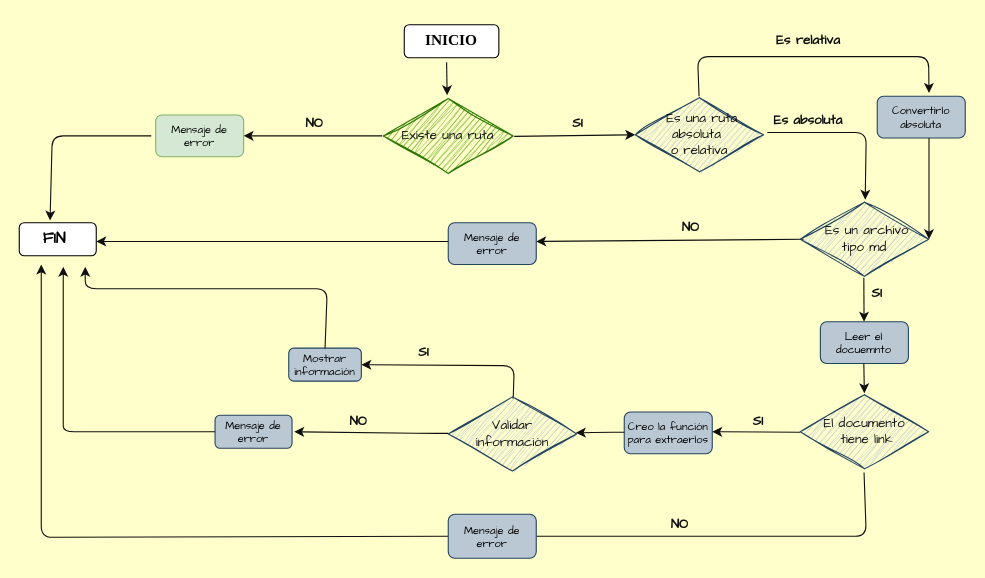
Before: diagram.drawio in ErikaSuesca/DEV002-md-links, a draw.io diagram. Source tidied: cells renumbered, new cells numbered last; positions are measured from the earlier drawing's top-left corner, leaving out a move shared by most shapes. Both pictures are drawn from the tidied source at 110%, with x=0, y=0 at pixel (19, 24).
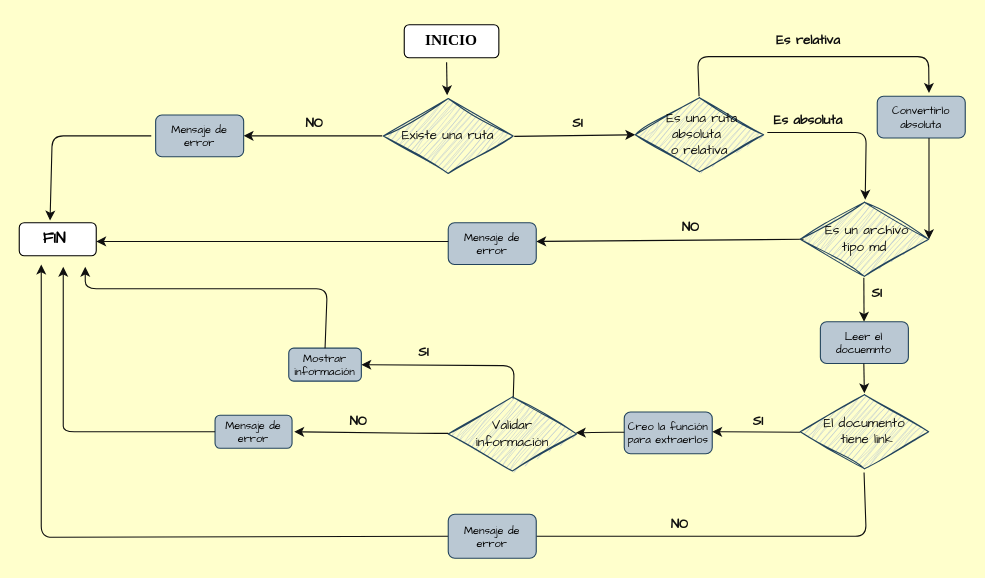
Above is the later version.

What changed in the source:
```diff
@@
-    <mxCell id="9" value="Mensaje de error" style="rounded=1;whiteSpace=wrap;html=1;fontFamily=Comic Sans MS;fontSize=10;align=center;fillColor=#d5e8d4;strokeColor=#82b366;fontColor=#000000;" parent="1" vertex="1">
+    <mxCell id="9" value="&lt;font color=&quot;#000000&quot;&gt;Mensaje de error&lt;/font&gt;" style="rounded=1;whiteSpace=wrap;html=1;fontFamily=Comic Sans MS;fontSize=10;align=center;fillColor=#bac8d3;strokeColor=#23445d;" parent="1" vertex="1">
       <mxGeometry x="124" y="82" width="80" height="38" as="geometry" />
     </mxCell>
@@
-    <mxCell id="29" value="&lt;div style=&quot;&quot;&gt;&lt;font color=&quot;#0f0f0f&quot;&gt;&lt;br&gt;&lt;/font&gt;&lt;/div&gt;&lt;span style=&quot;border-color: rgb(0, 0, 0); font-family: &amp;quot;Comic Sans MS&amp;quot;; font-size: 12px; font-style: normal; font-variant-ligatures: normal; font-variant-caps: normal; letter-spacing: normal; orphans: 2; text-indent: 0px; text-transform: none; widows: 2; word-spacing: 0px; -webkit-text-stroke-width: 0px; background-color: rgb(42, 37, 47); text-decoration-thickness: initial; text-decoration-style: initial; text-decoration-color: initial;&quot;&gt;&lt;div style=&quot;&quot;&gt;&lt;font color=&quot;#0f0f0f&quot;&gt;Existe una ruta&lt;/font&gt;&lt;/div&gt;&lt;/span&gt;&lt;div style=&quot;&quot;&gt;&lt;br&gt;&lt;/div&gt;" style="html=1;whiteSpace=wrap;shape=isoRectangle;sketch=1;hachureGap=4;jiggle=2;curveFitting=1;fontFamily=Comic Sans MS;fontSize=12;align=center;fillColor=#60a917;strokeColor=#2D7600;fontColor=#ffffff;" parent="1" vertex="1">
+    <mxCell id="29" value="&lt;div style=&quot;&quot;&gt;&lt;font color=&quot;#0f0f0f&quot;&gt;&lt;br&gt;&lt;/font&gt;&lt;/div&gt;&lt;span style=&quot;border-color: rgb(0, 0, 0); font-family: &amp;quot;Comic Sans MS&amp;quot;; font-size: 12px; font-style: normal; font-variant-ligatures: normal; font-variant-caps: normal; letter-spacing: normal; orphans: 2; text-indent: 0px; text-transform: none; widows: 2; word-spacing: 0px; -webkit-text-stroke-width: 0px; background-color: rgb(42, 37, 47); text-decoration-thickness: initial; text-decoration-style: initial; text-decoration-color: initial;&quot;&gt;&lt;div style=&quot;&quot;&gt;&lt;font color=&quot;#0f0f0f&quot;&gt;Existe una ruta&lt;/font&gt;&lt;/div&gt;&lt;/span&gt;&lt;div style=&quot;&quot;&gt;&lt;br&gt;&lt;/div&gt;" style="html=1;whiteSpace=wrap;shape=isoRectangle;sketch=1;hachureGap=4;jiggle=2;curveFitting=1;fontFamily=Comic Sans MS;fontSize=12;align=center;fillColor=#bac8d3;strokeColor=#23445d;" parent="1" vertex="1">
       <mxGeometry x="331" y="65.7" width="118" height="70.8" as="geometry" />
     </mxCell>
```
